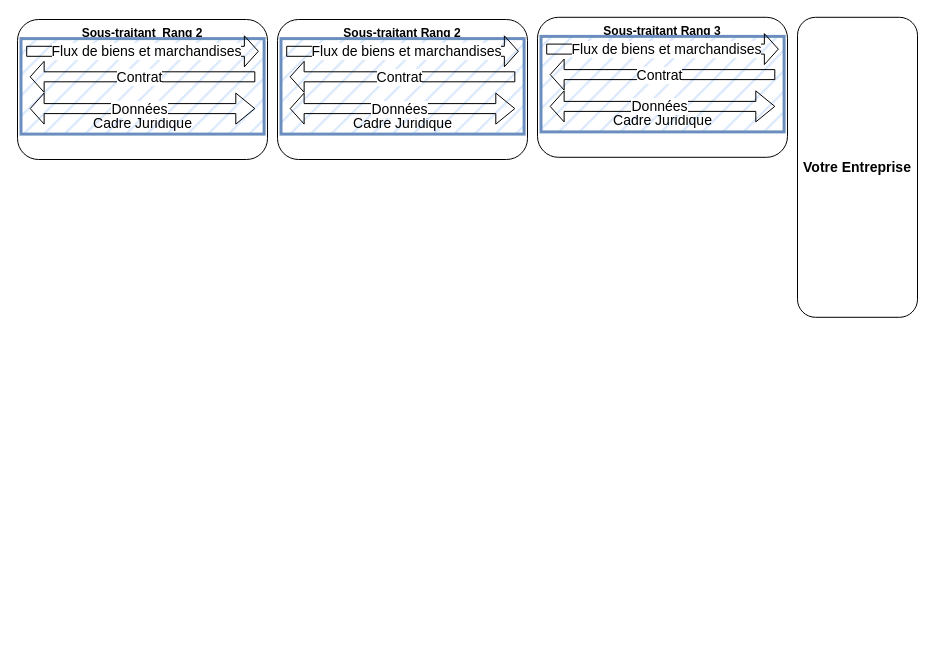
This is page "Page-5" (5 of 10) of Articulation des systèmes d'information.drawio from Fabrice-64/Drawings, a draw.io file, before an edit. Source tidied: cells renumbered, new cells numbered last; positions are measured from the earlier drawing's top-left corner, leaving out a move shared by most shapes. Both pictures are drawn from the tidied source at 100%, with x=0, y=0 at pixel (17, 17).
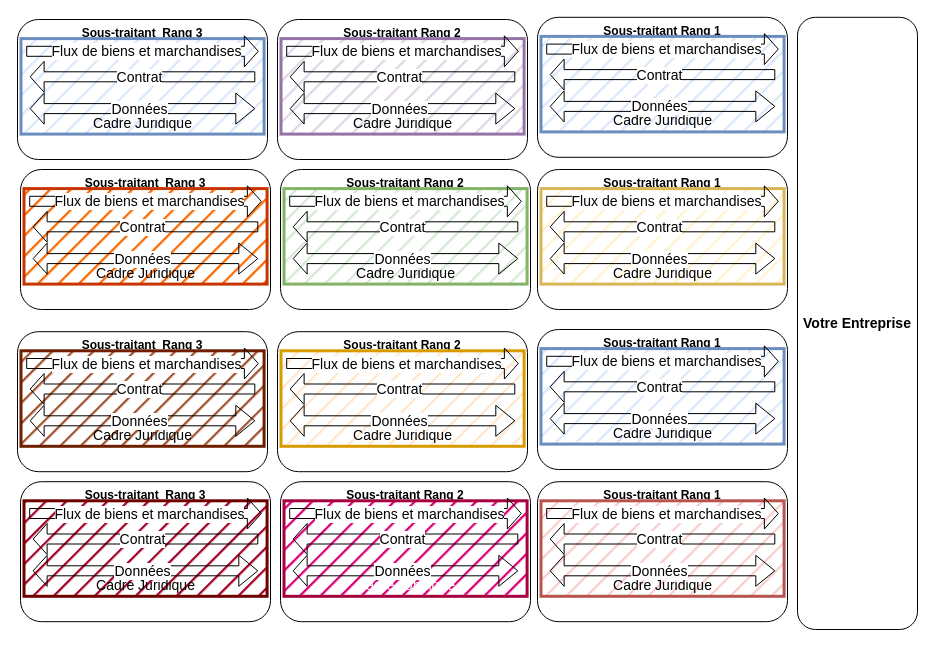
The same page after the edit.

Unchanged cells that the change refers to:
```xml
<mxCell id="2" style="group;" parent="1" vertex="1">
  <mxGeometry y="2" width="250" height="140" as="geometry" />
</mxCell>
<mxCell id="11" style="group;" parent="1" vertex="1">
  <mxGeometry x="260" y="2" width="250" height="140" as="geometry" />
</mxCell>
<mxCell id="20" style="group;" parent="1" vertex="1">
  <mxGeometry x="520" y="-0.2" width="250" height="140" as="geometry" />
</mxCell>
```

The edit, as a diff of the source:
```diff
@@
-    <mxCell id="3" value="&lt;b&gt;Sous-traitant&amp;nbsp; Rang 2&lt;/b&gt;" style="rounded=1;whiteSpace=wrap;html=1;verticalAlign=top;" parent="2" vertex="1">
+    <mxCell id="3" value="&lt;b&gt;Sous-traitant&amp;nbsp; Rang 3&lt;/b&gt;" style="rounded=1;whiteSpace=wrap;html=1;verticalAlign=top;" parent="2" vertex="1">
       <mxGeometry width="250" height="140" as="geometry" />
     </mxCell>
@@
-    <mxCell id="13" value="Cadre Juridique" style="rounded=0;whiteSpace=wrap;html=1;strokeWidth=3;fontSize=14;verticalAlign=bottom;fillColor=#dae8fc;strokeColor=#6c8ebf;fillStyle=hatch;" parent="11" vertex="1">
+    <mxCell id="13" value="Cadre Juridique" style="rounded=0;whiteSpace=wrap;html=1;strokeWidth=3;fontSize=14;verticalAlign=bottom;fillColor=#e1d5e7;strokeColor=#9673a6;fillStyle=hatch;" parent="11" vertex="1">
       <mxGeometry x="3.5" y="19.1" width="243.1" height="95.5" as="geometry" />
     </mxCell>
@@
-    <mxCell id="21" value="&lt;b&gt;Sous-traitant Rang 3&lt;/b&gt;" style="rounded=1;whiteSpace=wrap;html=1;verticalAlign=top;" parent="20" vertex="1">
+    <mxCell id="21" value="&lt;b&gt;Sous-traitant Rang 1&lt;/b&gt;" style="rounded=1;whiteSpace=wrap;html=1;verticalAlign=top;" parent="20" vertex="1">
       <mxGeometry width="250" height="140" as="geometry" />
     </mxCell>
@@
     <mxCell id="29" value="&lt;font style=&quot;font-size: 14px;&quot;&gt;&lt;b&gt;Votre Entreprise&lt;/b&gt;&lt;/font&gt;" style="rounded=1;whiteSpace=wrap;html=1;" parent="1" vertex="1">
-      <mxGeometry x="780" y="-0.2" width="120" height="300" as="geometry" />
+      <mxGeometry x="780" y="-0.2" width="120" height="612.2" as="geometry" />
     </mxCell>
+    <mxCell id="30" style="group;" parent="1" vertex="1">
+      <mxGeometry x="520" y="152" width="250" height="140" as="geometry" />
+    </mxCell>
+    <mxCell id="31" value="&lt;b&gt;Sous-traitant Rang 1&lt;/b&gt;" style="rounded=1;whiteSpace=wrap;html=1;verticalAlign=top;" parent="30" vertex="1">
+      <mxGeometry width="250" height="140" as="geometry" />
+    </mxCell>
+    <mxCell id="32" value="Cadre Juridique" style="rounded=0;whiteSpace=wrap;html=1;strokeWidth=3;fontSize=14;verticalAlign=bottom;fillColor=#fff2cc;strokeColor=#d6b656;fillStyle=hatch;" parent="30" vertex="1">
+      <mxGeometry x="3.5" y="19.1" width="243.1" height="95.5" as="geometry" />
+    </mxCell>
+    <mxCell id="33" style="shape=flexArrow;endArrow=classic;html=1;rounded=0;endWidth=20;endSize=4.31;" parent="30" edge="1">
+      <mxGeometry relative="1" as="geometry">
+        <mxPoint x="8.7" y="31.8" as="sourcePoint" />
+        <mxPoint x="241.3" y="31.8" as="targetPoint" />
+      </mxGeometry>
+    </mxCell>
+    <mxCell id="34" value="&lt;font style=&quot;font-size: 14px;&quot;&gt;Flux de biens et marchandises&lt;/font&gt;" style="edgeLabel;html=1;align=center;verticalAlign=middle;" parent="33" vertex="1">
+      <mxGeometry x="0.03" relative="1" as="geometry" />
+    </mxCell>
+    <mxCell id="35" style="shape=flexArrow;endArrow=classic;html=1;rounded=0;endWidth=20;endSize=4.31;" parent="30" edge="1">
+      <mxGeometry relative="1" as="geometry">
+        <mxPoint x="237.8" y="57.3" as="sourcePoint" />
+        <mxPoint x="12.2" y="57.3" as="targetPoint" />
+      </mxGeometry>
+    </mxCell>
+    <mxCell id="36" value="&lt;font style=&quot;font-size: 14px;&quot;&gt;Contrat&lt;/font&gt;" style="edgeLabel;html=1;align=center;verticalAlign=middle;" parent="35" vertex="1">
+      <mxGeometry x="0.03" relative="1" as="geometry" />
+    </mxCell>
+    <mxCell id="37" style="shape=flexArrow;endArrow=classic;html=1;rounded=0;endWidth=20;endSize=4.31;startArrow=block;" parent="30" edge="1">
+      <mxGeometry relative="1" as="geometry">
+        <mxPoint x="237.8" y="89.1" as="sourcePoint" />
+        <mxPoint x="12.2" y="89.1" as="targetPoint" />
+      </mxGeometry>
+    </mxCell>
+    <mxCell id="38" value="&lt;font style=&quot;font-size: 14px;&quot;&gt;Données&lt;/font&gt;" style="edgeLabel;html=1;align=center;verticalAlign=middle;" parent="37" vertex="1">
+      <mxGeometry x="0.03" relative="1" as="geometry" />
+    </mxCell>
+    <mxCell id="39" style="group;" parent="1" vertex="1">
+      <mxGeometry x="3" y="152" width="250" height="140" as="geometry" />
+    </mxCell>
+    <mxCell id="40" value="&lt;b&gt;Sous-traitant&amp;nbsp; Rang 3&lt;/b&gt;" style="rounded=1;whiteSpace=wrap;html=1;verticalAlign=top;" parent="39" vertex="1">
+      <mxGeometry width="250" height="140" as="geometry" />
+    </mxCell>
+    <mxCell id="41" value="Cadre Juridique" style="rounded=0;whiteSpace=wrap;html=1;strokeWidth=3;fontSize=14;verticalAlign=bottom;fillColor=#fa6800;strokeColor=#C73500;fillStyle=hatch;fontColor=#000000;" parent="39" vertex="1">
+      <mxGeometry x="3.5" y="19.1" width="243.1" height="95.5" as="geometry" />
+    </mxCell>
+    <mxCell id="42" style="shape=flexArrow;endArrow=classic;html=1;rounded=0;endWidth=20;endSize=4.31;" parent="39" edge="1">
+      <mxGeometry relative="1" as="geometry">
+        <mxPoint x="8.7" y="31.8" as="sourcePoint" />
+        <mxPoint x="241.3" y="31.8" as="targetPoint" />
+      </mxGeometry>
+    </mxCell>
+    <mxCell id="43" value="&lt;font style=&quot;font-size: 14px;&quot;&gt;Flux de biens et marchandises&lt;/font&gt;" style="edgeLabel;html=1;align=center;verticalAlign=middle;" parent="42" vertex="1">
+      <mxGeometry x="0.03" relative="1" as="geometry" />
+    </mxCell>
+    <mxCell id="44" style="shape=flexArrow;endArrow=classic;html=1;rounded=0;endWidth=20;endSize=4.31;" parent="39" edge="1">
+      <mxGeometry relative="1" as="geometry">
+        <mxPoint x="237.8" y="57.3" as="sourcePoint" />
+        <mxPoint x="12.2" y="57.3" as="targetPoint" />
+      </mxGeometry>
+    </mxCell>
+    <mxCell id="45" value="&lt;font style=&quot;font-size: 14px;&quot;&gt;Contrat&lt;/font&gt;" style="edgeLabel;html=1;align=center;verticalAlign=middle;" parent="44" vertex="1">
+      <mxGeometry x="0.03" relative="1" as="geometry" />
+    </mxCell>
+    <mxCell id="46" style="shape=flexArrow;endArrow=classic;html=1;rounded=0;endWidth=20;endSize=4.31;startArrow=block;" parent="39" edge="1">
+      <mxGeometry relative="1" as="geometry">
+        <mxPoint x="237.8" y="89.1" as="sourcePoint" />
+        <mxPoint x="12.2" y="89.1" as="targetPoint" />
+      </mxGeometry>
+    </mxCell>
+    <mxCell id="47" value="&lt;font style=&quot;font-size: 14px;&quot;&gt;Données&lt;/font&gt;" style="edgeLabel;html=1;align=center;verticalAlign=middle;" parent="46" vertex="1">
+      <mxGeometry x="0.03" relative="1" as="geometry" />
+    </mxCell>
+    <mxCell id="48" style="group;" parent="1" vertex="1">
+      <mxGeometry x="263" y="152" width="250" height="140" as="geometry" />
+    </mxCell>
+    <mxCell id="49" value="&lt;b&gt;Sous-traitant Rang 2&lt;/b&gt;" style="rounded=1;whiteSpace=wrap;html=1;verticalAlign=top;" parent="48" vertex="1">
+      <mxGeometry width="250" height="140" as="geometry" />
+    </mxCell>
+    <mxCell id="50" value="Cadre Juridique" style="rounded=0;whiteSpace=wrap;html=1;strokeWidth=3;fontSize=14;verticalAlign=bottom;fillColor=#d5e8d4;strokeColor=#82b366;fillStyle=hatch;" parent="48" vertex="1">
+      <mxGeometry x="3.5" y="19.1" width="243.1" height="95.5" as="geometry" />
+    </mxCell>
+    <mxCell id="51" style="shape=flexArrow;endArrow=classic;html=1;rounded=0;endWidth=20;endSize=4.31;" parent="48" edge="1">
+      <mxGeometry relative="1" as="geometry">
+        <mxPoint x="8.7" y="31.8" as="sourcePoint" />
+        <mxPoint x="241.3" y="31.8" as="targetPoint" />
+      </mxGeometry>
+    </mxCell>
+    <mxCell id="52" value="&lt;font style=&quot;font-size: 14px;&quot;&gt;Flux de biens et marchandises&lt;/font&gt;" style="edgeLabel;html=1;align=center;verticalAlign=middle;" parent="51" vertex="1">
+      <mxGeometry x="0.03" relative="1" as="geometry" />
+    </mxCell>
+    <mxCell id="53" style="shape=flexArrow;endArrow=classic;html=1;rounded=0;endWidth=20;endSize=4.31;" parent="48" edge="1">
+      <mxGeometry relative="1" as="geometry">
+        <mxPoint x="237.8" y="57.3" as="sourcePoint" />
+        <mxPoint x="12.2" y="57.3" as="targetPoint" />
+      </mxGeometry>
+    </mxCell>
+    <mxCell id="54" value="&lt;font style=&quot;font-size: 14px;&quot;&gt;Contrat&lt;/font&gt;" style="edgeLabel;html=1;align=center;verticalAlign=middle;" parent="53" vertex="1">
+      <mxGeometry x="0.03" relative="1" as="geometry" />
+    </mxCell>
+    <mxCell id="55" style="shape=flexArrow;endArrow=classic;html=1;rounded=0;endWidth=20;endSize=4.31;startArrow=block;" parent="48" edge="1">
+      <mxGeometry relative="1" as="geometry">
+        <mxPoint x="237.8" y="89.1" as="sourcePoint" />
+        <mxPoint x="12.2" y="89.1" as="targetPoint" />
+      </mxGeometry>
+    </mxCell>
+    <mxCell id="56" value="&lt;font style=&quot;font-size: 14px;&quot;&gt;Données&lt;/font&gt;" style="edgeLabel;html=1;align=center;verticalAlign=middle;" parent="55" vertex="1">
+      <mxGeometry x="0.03" relative="1" as="geometry" />
+    </mxCell>
+    <mxCell id="57" style="group;" parent="1" vertex="1">
+      <mxGeometry y="314.2" width="250" height="140" as="geometry" />
+    </mxCell>
+    <mxCell id="58" value="&lt;b&gt;Sous-traitant&amp;nbsp; Rang 3&lt;/b&gt;" style="rounded=1;whiteSpace=wrap;html=1;verticalAlign=top;" parent="57" vertex="1">
+      <mxGeometry width="250" height="140" as="geometry" />
+    </mxCell>
+    <mxCell id="59" value="&lt;font style=&quot;color: rgb(0, 0, 0);&quot;&gt;Cadre Juridique&lt;/font&gt;" style="rounded=0;whiteSpace=wrap;html=1;strokeWidth=3;fontSize=14;verticalAlign=bottom;fillColor=#a0522d;strokeColor=#6D1F00;fillStyle=hatch;fontColor=#ffffff;" parent="57" vertex="1">
+      <mxGeometry x="3.5" y="19.1" width="243.1" height="95.5" as="geometry" />
+    </mxCell>
+    <mxCell id="60" style="shape=flexArrow;endArrow=classic;html=1;rounded=0;endWidth=20;endSize=4.31;" parent="57" edge="1">
+      <mxGeometry relative="1" as="geometry">
+        <mxPoint x="8.7" y="31.8" as="sourcePoint" />
+        <mxPoint x="241.3" y="31.8" as="targetPoint" />
+      </mxGeometry>
+    </mxCell>
+    <mxCell id="61" value="&lt;font style=&quot;font-size: 14px;&quot;&gt;Flux de biens et marchandises&lt;/font&gt;" style="edgeLabel;html=1;align=center;verticalAlign=middle;" parent="60" vertex="1">
+      <mxGeometry x="0.03" relative="1" as="geometry" />
+    </mxCell>
+    <mxCell id="62" style="shape=flexArrow;endArrow=classic;html=1;rounded=0;endWidth=20;endSize=4.31;" parent="57" edge="1">
+      <mxGeometry relative="1" as="geometry">
+        <mxPoint x="237.8" y="57.3" as="sourcePoint" />
+        <mxPoint x="12.2" y="57.3" as="targetPoint" />
+      </mxGeometry>
+    </mxCell>
+    <mxCell id="63" value="&lt;font style=&quot;font-size: 14px;&quot;&gt;Contrat&lt;/font&gt;" style="edgeLabel;html=1;align=center;verticalAlign=middle;" parent="62" vertex="1">
+      <mxGeometry x="0.03" relative="1" as="geometry" />
+    </mxCell>
+    <mxCell id="64" style="shape=flexArrow;endArrow=classic;html=1;rounded=0;endWidth=20;endSize=4.31;startArrow=block;" parent="57" edge="1">
+      <mxGeometry relative="1" as="geometry">
+        <mxPoint x="237.8" y="89.1" as="sourcePoint" />
+        <mxPoint x="12.2" y="89.1" as="targetPoint" />
+      </mxGeometry>
+    </mxCell>
+    <mxCell id="65" value="&lt;font style=&quot;font-size: 14px;&quot;&gt;Données&lt;/font&gt;" style="edgeLabel;html=1;align=center;verticalAlign=middle;" parent="64" vertex="1">
+      <mxGeometry x="0.03" relative="1" as="geometry" />
+    </mxCell>
+    <mxCell id="66" style="group;" parent="1" vertex="1">
+      <mxGeometry x="260" y="314.2" width="250" height="140" as="geometry" />
+    </mxCell>
+    <mxCell id="67" value="&lt;b&gt;Sous-traitant Rang 2&lt;/b&gt;" style="rounded=1;whiteSpace=wrap;html=1;verticalAlign=top;" parent="66" vertex="1">
+      <mxGeometry width="250" height="140" as="geometry" />
+    </mxCell>
+    <mxCell id="68" value="Cadre Juridique" style="rounded=0;whiteSpace=wrap;html=1;strokeWidth=3;fontSize=14;verticalAlign=bottom;fillColor=#ffe6cc;strokeColor=#d79b00;fillStyle=hatch;" parent="66" vertex="1">
+      <mxGeometry x="3.5" y="19.1" width="243.1" height="95.5" as="geometry" />
+    </mxCell>
+    <mxCell id="69" style="shape=flexArrow;endArrow=classic;html=1;rounded=0;endWidth=20;endSize=4.31;" parent="66" edge="1">
+      <mxGeometry relative="1" as="geometry">
+        <mxPoint x="8.7" y="31.8" as="sourcePoint" />
+        <mxPoint x="241.3" y="31.8" as="targetPoint" />
+      </mxGeometry>
+    </mxCell>
+    <mxCell id="70" value="&lt;font style=&quot;font-size: 14px;&quot;&gt;Flux de biens et marchandises&lt;/font&gt;" style="edgeLabel;html=1;align=center;verticalAlign=middle;" parent="69" vertex="1">
+      <mxGeometry x="0.03" relative="1" as="geometry" />
+    </mxCell>
+    <mxCell id="71" style="shape=flexArrow;endArrow=classic;html=1;rounded=0;endWidth=20;endSize=4.31;" parent="66" edge="1">
+      <mxGeometry relative="1" as="geometry">
+        <mxPoint x="237.8" y="57.3" as="sourcePoint" />
+        <mxPoint x="12.2" y="57.3" as="targetPoint" />
+      </mxGeometry>
+    </mxCell>
+    <mxCell id="72" value="&lt;font style=&quot;font-size: 14px;&quot;&gt;Contrat&lt;/font&gt;" style="edgeLabel;html=1;align=center;verticalAlign=middle;" parent="71" vertex="1">
+      <mxGeometry x="0.03" relative="1" as="geometry" />
+    </mxCell>
+    <mxCell id="73" style="shape=flexArrow;endArrow=classic;html=1;rounded=0;endWidth=20;endSize=4.31;startArrow=block;" parent="66" edge="1">
+      <mxGeometry relative="1" as="geometry">
+        <mxPoint x="237.8" y="89.1" as="sourcePoint" />
+        <mxPoint x="12.2" y="89.1" as="targetPoint" />
+      </mxGeometry>
+    </mxCell>
+    <mxCell id="74" value="&lt;font style=&quot;font-size: 14px;&quot;&gt;Données&lt;/font&gt;" style="edgeLabel;html=1;align=center;verticalAlign=middle;" parent="73" vertex="1">
+      <mxGeometry x="0.03" relative="1" as="geometry" />
+    </mxCell>
+    <mxCell id="75" style="group;" parent="1" vertex="1">
+      <mxGeometry x="520" y="312" width="250" height="140" as="geometry" />
+    </mxCell>
+    <mxCell id="76" value="&lt;b&gt;Sous-traitant Rang 1&lt;/b&gt;" style="rounded=1;whiteSpace=wrap;html=1;verticalAlign=top;" parent="75" vertex="1">
+      <mxGeometry width="250" height="140" as="geometry" />
+    </mxCell>
+    <mxCell id="77" value="Cadre Juridique" style="rounded=0;whiteSpace=wrap;html=1;strokeWidth=3;fontSize=14;verticalAlign=bottom;fillColor=#dae8fc;strokeColor=#6c8ebf;fillStyle=hatch;" parent="75" vertex="1">
+      <mxGeometry x="3.5" y="19.1" width="243.1" height="95.5" as="geometry" />
+    </mxCell>
+    <mxCell id="78" style="shape=flexArrow;endArrow=classic;html=1;rounded=0;endWidth=20;endSize=4.31;" parent="75" edge="1">
+      <mxGeometry relative="1" as="geometry">
+        <mxPoint x="8.7" y="31.8" as="sourcePoint" />
+        <mxPoint x="241.3" y="31.8" as="targetPoint" />
+      </mxGeometry>
+    </mxCell>
+    <mxCell id="79" value="&lt;font style=&quot;font-size: 14px;&quot;&gt;Flux de biens et marchandises&lt;/font&gt;" style="edgeLabel;html=1;align=center;verticalAlign=middle;" parent="78" vertex="1">
+      <mxGeometry x="0.03" relative="1" as="geometry" />
+    </mxCell>
+    <mxCell id="80" style="shape=flexArrow;endArrow=classic;html=1;rounded=0;endWidth=20;endSize=4.31;" parent="75" edge="1">
+      <mxGeometry relative="1" as="geometry">
+        <mxPoint x="237.8" y="57.3" as="sourcePoint" />
+        <mxPoint x="12.2" y="57.3" as="targetPoint" />
+      </mxGeometry>
+    </mxCell>
+    <mxCell id="81" value="&lt;font style=&quot;font-size: 14px;&quot;&gt;Contrat&lt;/font&gt;" style="edgeLabel;html=1;align=center;verticalAlign=middle;" parent="80" vertex="1">
+      <mxGeometry x="0.03" relative="1" as="geometry" />
+    </mxCell>
+    <mxCell id="82" style="shape=flexArrow;endArrow=classic;html=1;rounded=0;endWidth=20;endSize=4.31;startArrow=block;" parent="75" edge="1">
+      <mxGeometry relative="1" as="geometry">
+        <mxPoint x="237.8" y="89.1" as="sourcePoint" />
+        <mxPoint x="12.2" y="89.1" as="targetPoint" />
+      </mxGeometry>
+    </mxCell>
+    <mxCell id="83" value="&lt;font style=&quot;font-size: 14px;&quot;&gt;Données&lt;/font&gt;" style="edgeLabel;html=1;align=center;verticalAlign=middle;" parent="82" vertex="1">
+      <mxGeometry x="0.03" relative="1" as="geometry" />
+    </mxCell>
+    <mxCell id="84" style="group;" parent="1" vertex="1">
+      <mxGeometry x="520" y="464.2" width="250" height="140" as="geometry" />
+    </mxCell>
+    <mxCell id="85" value="&lt;b&gt;Sous-traitant Rang 1&lt;/b&gt;" style="rounded=1;whiteSpace=wrap;html=1;verticalAlign=top;" parent="84" vertex="1">
+      <mxGeometry width="250" height="140" as="geometry" />
+    </mxCell>
+    <mxCell id="86" value="Cadre Juridique" style="rounded=0;whiteSpace=wrap;html=1;strokeWidth=3;fontSize=14;verticalAlign=bottom;fillColor=#f8cecc;strokeColor=#b85450;fillStyle=hatch;" parent="84" vertex="1">
+      <mxGeometry x="3.5" y="19.1" width="243.1" height="95.5" as="geometry" />
+    </mxCell>
+    <mxCell id="87" style="shape=flexArrow;endArrow=classic;html=1;rounded=0;endWidth=20;endSize=4.31;" parent="84" edge="1">
+      <mxGeometry relative="1" as="geometry">
+        <mxPoint x="8.7" y="31.8" as="sourcePoint" />
+        <mxPoint x="241.3" y="31.8" as="targetPoint" />
+      </mxGeometry>
+    </mxCell>
+    <mxCell id="88" value="&lt;font style=&quot;font-size: 14px;&quot;&gt;Flux de biens et marchandises&lt;/font&gt;" style="edgeLabel;html=1;align=center;verticalAlign=middle;" parent="87" vertex="1">
+      <mxGeometry x="0.03" relative="1" as="geometry" />
+    </mxCell>
+    <mxCell id="89" style="shape=flexArrow;endArrow=classic;html=1;rounded=0;endWidth=20;endSize=4.31;" parent="84" edge="1">
+      <mxGeometry relative="1" as="geometry">
+        <mxPoint x="237.8" y="57.3" as="sourcePoint" />
+        <mxPoint x="12.2" y="57.3" as="targetPoint" />
+      </mxGeometry>
+    </mxCell>
+    <mxCell id="90" value="&lt;font style=&quot;font-size: 14px;&quot;&gt;Contrat&lt;/font&gt;" style="edgeLabel;html=1;align=center;verticalAlign=middle;" parent="89" vertex="1">
+      <mxGeometry x="0.03" relative="1" as="geometry" />
+    </mxCell>
+    <mxCell id="91" style="shape=flexArrow;endArrow=classic;html=1;rounded=0;endWidth=20;endSize=4.31;startArrow=block;" parent="84" edge="1">
+      <mxGeometry relative="1" as="geometry">
+        <mxPoint x="237.8" y="89.1" as="sourcePoint" />
+        <mxPoint x="12.2" y="89.1" as="targetPoint" />
+      </mxGeometry>
+    </mxCell>
+    <mxCell id="92" value="&lt;font style=&quot;font-size: 14px;&quot;&gt;Données&lt;/font&gt;" style="edgeLabel;html=1;align=center;verticalAlign=middle;" parent="91" vertex="1">
+      <mxGeometry x="0.03" relative="1" as="geometry" />
+    </mxCell>
+    <mxCell id="93" style="group;" parent="1" vertex="1">
+      <mxGeometry x="3" y="464.2" width="250" height="140" as="geometry" />
+    </mxCell>
+    <mxCell id="94" value="&lt;b&gt;Sous-traitant&amp;nbsp; Rang 3&lt;/b&gt;" style="rounded=1;whiteSpace=wrap;html=1;verticalAlign=top;" parent="93" vertex="1">
+      <mxGeometry width="250" height="140" as="geometry" />
+    </mxCell>
+    <mxCell id="95" value="&lt;font style=&quot;color: rgb(0, 0, 0);&quot;&gt;Cadre Juridique&lt;/font&gt;" style="rounded=0;whiteSpace=wrap;html=1;strokeWidth=3;fontSize=14;verticalAlign=bottom;fillColor=#a20025;strokeColor=#6F0000;fillStyle=hatch;fontColor=#ffffff;" parent="93" vertex="1">
+      <mxGeometry x="3.5" y="19.1" width="243.1" height="95.5" as="geometry" />
+    </mxCell>
+    <mxCell id="96" style="shape=flexArrow;endArrow=classic;html=1;rounded=0;endWidth=20;endSize=4.31;" parent="93" edge="1">
+      <mxGeometry relative="1" as="geometry">
+        <mxPoint x="8.7" y="31.8" as="sourcePoint" />
+        <mxPoint x="241.3" y="31.8" as="targetPoint" />
+      </mxGeometry>
+    </mxCell>
+    <mxCell id="97" value="&lt;font style=&quot;font-size: 14px;&quot;&gt;Flux de biens et marchandises&lt;/font&gt;" style="edgeLabel;html=1;align=center;verticalAlign=middle;" parent="96" vertex="1">
+      <mxGeometry x="0.03" relative="1" as="geometry" />
+    </mxCell>
+    <mxCell id="98" style="shape=flexArrow;endArrow=classic;html=1;rounded=0;endWidth=20;endSize=4.31;" parent="93" edge="1">
+      <mxGeometry relative="1" as="geometry">
+        <mxPoint x="237.8" y="57.3" as="sourcePoint" />
+        <mxPoint x="12.2" y="57.3" as="targetPoint" />
+      </mxGeometry>
+    </mxCell>
+    <mxCell id="99" value="&lt;font style=&quot;font-size: 14px;&quot;&gt;Contrat&lt;/font&gt;" style="edgeLabel;html=1;align=center;verticalAlign=middle;" parent="98" vertex="1">
+      <mxGeometry x="0.03" relative="1" as="geometry" />
+    </mxCell>
+    <mxCell id="100" style="shape=flexArrow;endArrow=classic;html=1;rounded=0;endWidth=20;endSize=4.31;startArrow=block;" parent="93" edge="1">
+      <mxGeometry relative="1" as="geometry">
+        <mxPoint x="237.8" y="89.1" as="sourcePoint" />
+        <mxPoint x="12.2" y="89.1" as="targetPoint" />
+      </mxGeometry>
+    </mxCell>
+    <mxCell id="101" value="&lt;font style=&quot;font-size: 14px;&quot;&gt;Données&lt;/font&gt;" style="edgeLabel;html=1;align=center;verticalAlign=middle;" parent="100" vertex="1">
+      <mxGeometry x="0.03" relative="1" as="geometry" />
+    </mxCell>
+    <mxCell id="102" style="group;" parent="1" vertex="1">
+      <mxGeometry x="263" y="464.2" width="250" height="140" as="geometry" />
+    </mxCell>
+    <mxCell id="103" value="&lt;b&gt;Sous-traitant Rang 2&lt;/b&gt;" style="rounded=1;whiteSpace=wrap;html=1;verticalAlign=top;" parent="102" vertex="1">
+      <mxGeometry width="250" height="140" as="geometry" />
+    </mxCell>
+    <mxCell id="104" value="Cadre Juridique" style="rounded=0;whiteSpace=wrap;html=1;strokeWidth=3;fontSize=14;verticalAlign=bottom;fillColor=#d80073;strokeColor=#A50040;fillStyle=hatch;fontColor=#ffffff;" parent="102" vertex="1">
+      <mxGeometry x="3.5" y="19.1" width="243.1" height="95.5" as="geometry" />
+    </mxCell>
+    <mxCell id="105" style="shape=flexArrow;endArrow=classic;html=1;rounded=0;endWidth=20;endSize=4.31;" parent="102" edge="1">
+      <mxGeometry relative="1" as="geometry">
+        <mxPoint x="8.7" y="31.8" as="sourcePoint" />
+        <mxPoint x="241.3" y="31.8" as="targetPoint" />
+      </mxGeometry>
+    </mxCell>
+    <mxCell id="106" value="&lt;font style=&quot;font-size: 14px;&quot;&gt;Flux de biens et marchandises&lt;/font&gt;" style="edgeLabel;html=1;align=center;verticalAlign=middle;" parent="105" vertex="1">
+      <mxGeometry x="0.03" relative="1" as="geometry" />
+    </mxCell>
+    <mxCell id="107" style="shape=flexArrow;endArrow=classic;html=1;rounded=0;endWidth=20;endSize=4.31;" parent="102" edge="1">
+      <mxGeometry relative="1" as="geometry">
+        <mxPoint x="237.8" y="57.3" as="sourcePoint" />
+        <mxPoint x="12.2" y="57.3" as="targetPoint" />
+      </mxGeometry>
+    </mxCell>
+    <mxCell id="108" value="&lt;font style=&quot;font-size: 14px;&quot;&gt;Contrat&lt;/font&gt;" style="edgeLabel;html=1;align=center;verticalAlign=middle;" parent="107" vertex="1">
+      <mxGeometry x="0.03" relative="1" as="geometry" />
+    </mxCell>
+    <mxCell id="109" style="shape=flexArrow;endArrow=classic;html=1;rounded=0;endWidth=20;endSize=4.31;startArrow=block;" parent="102" edge="1">
+      <mxGeometry relative="1" as="geometry">
+        <mxPoint x="237.8" y="89.1" as="sourcePoint" />
+        <mxPoint x="12.2" y="89.1" as="targetPoint" />
+      </mxGeometry>
+    </mxCell>
+    <mxCell id="110" value="&lt;font style=&quot;font-size: 14px;&quot;&gt;Données&lt;/font&gt;" style="edgeLabel;html=1;align=center;verticalAlign=middle;" parent="109" vertex="1">
+      <mxGeometry x="0.03" relative="1" as="geometry" />
+    </mxCell>
```
